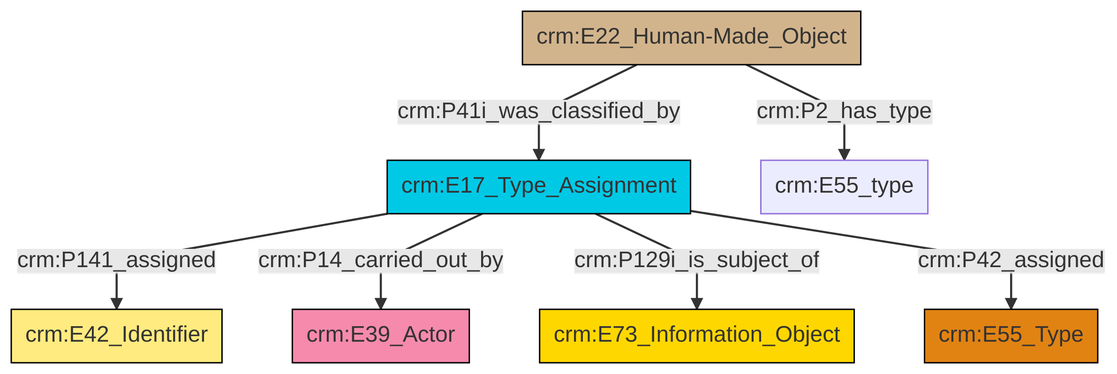
Before: et/builtWorkCSV/ttl/mmd/png/Built_Work_designation_status.png, a diagram exported from Mermaid (swiss-art-research-net/reference-data-models). Its source is kept beside it as et/builtWorkCSV/ttl/mmd/Built_Work_designation_status.ttl.mmd.
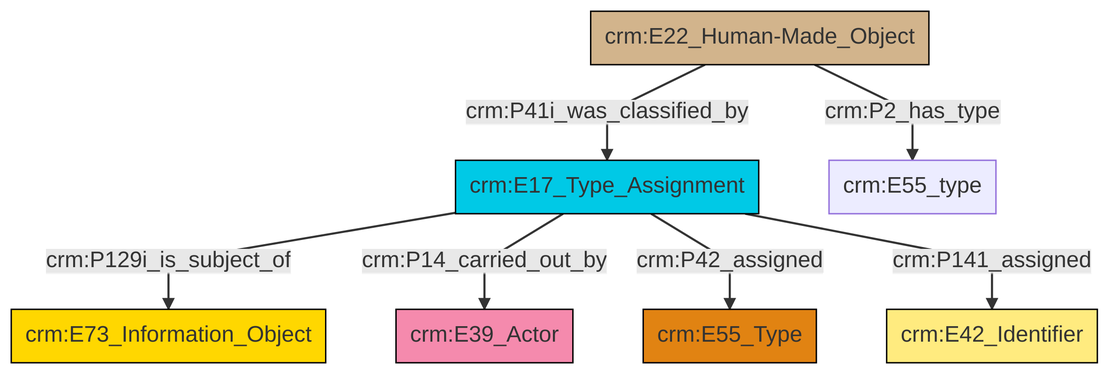
The same diagram one commit later.

Diff of the diagram source:
```diff
@@ -13,9 +13,9 @@
 classDef PC_Classes fill:#4ce600, stroke:#000000;
 classDef Multi fill:#cccccc,stroke:#000000;
 
-0["crm:E17_Type_Assignment"]:::Temporal_Entity -->|crm:P141_assigned| 1["crm:E42_Identifier"]:::Appellation
-2["crm:E22_Human-Made_Object"]:::Physical_Thing -->|crm:P2_has_type| 3["crm:E55_type"]:::Default
-0["crm:E17_Type_Assignment"]:::Temporal_Entity -->|crm:P14_carried_out_by| 7["crm:E39_Actor"]:::Actor
-2["crm:E22_Human-Made_Object"]:::Physical_Thing -->|crm:P41i_was_classified_by| 0["crm:E17_Type_Assignment"]:::Temporal_Entity
-0["crm:E17_Type_Assignment"]:::Temporal_Entity -->|crm:P129i_is_subject_of| 5["crm:E73_Information_Object"]:::Conceptual_Object
-0["crm:E17_Type_Assignment"]:::Temporal_Entity -->|crm:P42_assigned| 10["crm:E55_Type"]:::Type
+0["crm:E22_Human-Made_Object"]:::Physical_Thing -->|crm:P41i_was_classified_by| 2["crm:E17_Type_Assignment"]:::Temporal_Entity
+2["crm:E17_Type_Assignment"]:::Temporal_Entity -->|crm:P129i_is_subject_of| 6["crm:E73_Information_Object"]:::Conceptual_Object
+2["crm:E17_Type_Assignment"]:::Temporal_Entity -->|crm:P14_carried_out_by| 8["crm:E39_Actor"]:::Actor
+2["crm:E17_Type_Assignment"]:::Temporal_Entity -->|crm:P42_assigned| 4["crm:E55_Type"]:::Type
+2["crm:E17_Type_Assignment"]:::Temporal_Entity -->|crm:P141_assigned| 10["crm:E42_Identifier"]:::Appellation
+0["crm:E22_Human-Made_Object"]:::Physical_Thing -->|crm:P2_has_type| 13["crm:E55_type"]:::Default
```
